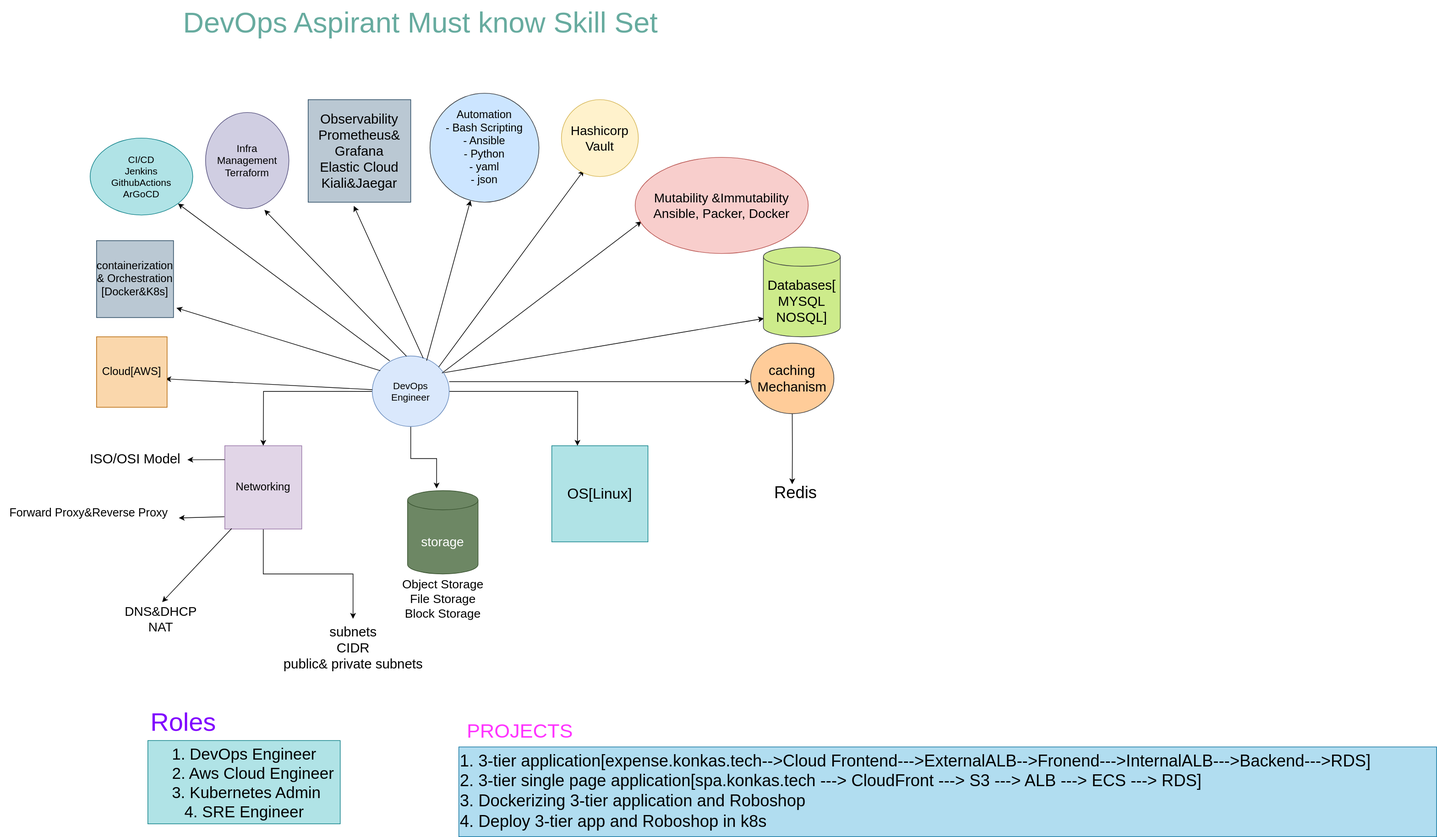
The draw.io diagram devops-requirments.drawio.svg in ullagallu123/svg, before a commit. Source tidied: cells renumbered, new cells last; positions are measured from the earlier drawing's top-left corner, leaving out a move shared by most shapes.
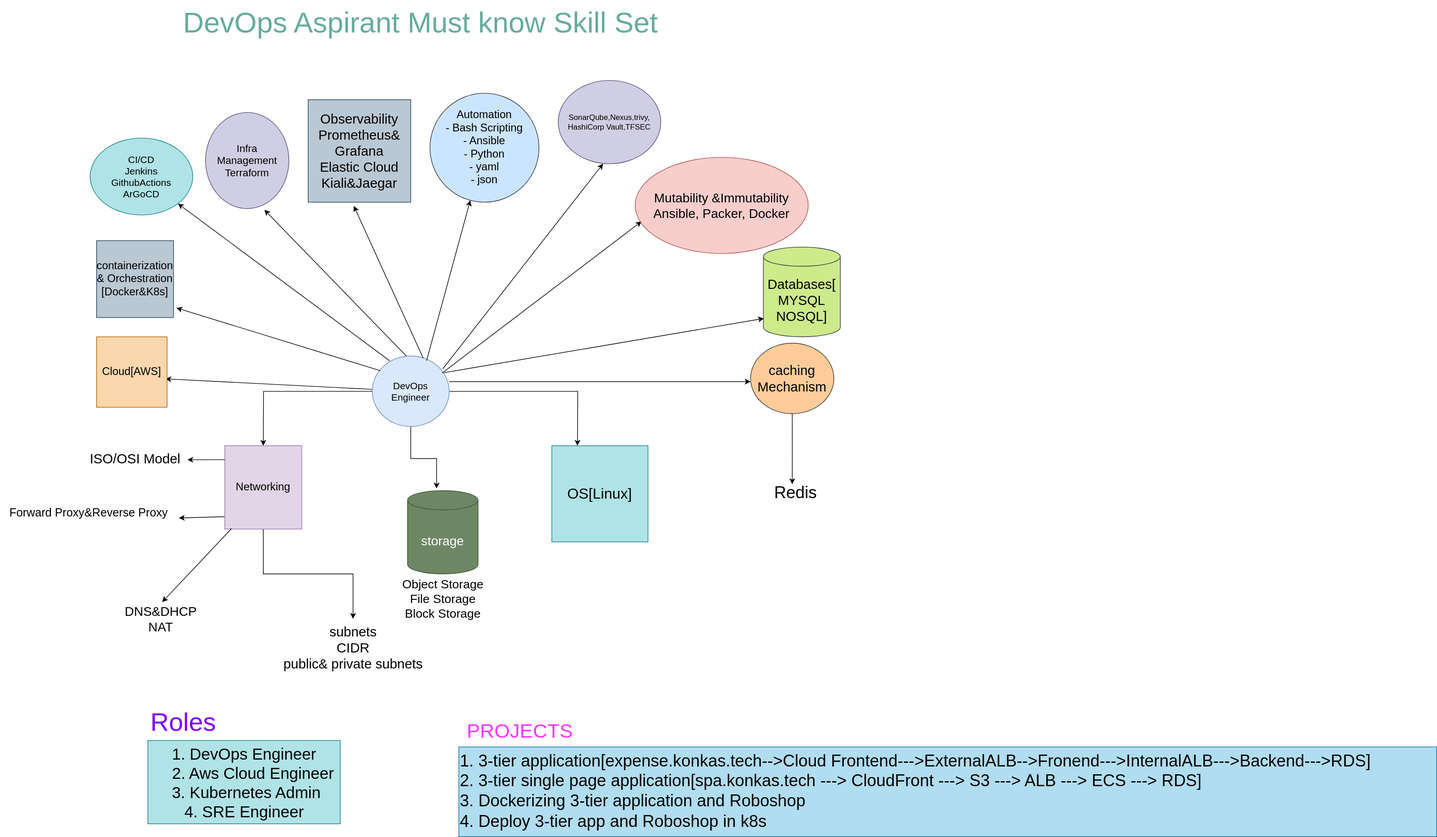
Above is the later version.

What changed in the source:
```diff
@@ -123,14 +123,6 @@
     <mxCell id="37" value="&lt;font style=&quot;font-size: 20px;&quot;&gt;Mutability &amp;amp;Immutability&lt;/font&gt;&lt;div&gt;&lt;font style=&quot;font-size: 20px;&quot;&gt;Ansible, Packer, Docker&lt;/font&gt;&lt;/div&gt;" style="ellipse;whiteSpace=wrap;html=1;fillColor=#f8cecc;strokeColor=#b85450;" parent="1" vertex="1">
       <mxGeometry x="990" y="245" width="270" height="150" as="geometry" />
     </mxCell>
-    <mxCell id="38" style="endArrow=classic;html=1;rounded=0;exitX=1;exitY=0;exitDx=0;exitDy=0;fontStyle=1;flowAnimation=0;" parent="1" edge="1" source="5">
-      <mxGeometry relative="1" as="geometry">
-        <mxPoint x="910" y="265" as="targetPoint" />
-      </mxGeometry>
-    </mxCell>
-    <mxCell id="39" value="&lt;font style=&quot;font-size: 20px;&quot;&gt;Hashicorp&lt;/font&gt;&lt;div&gt;&lt;font style=&quot;font-size: 20px;&quot;&gt;Vault&lt;/font&gt;&lt;/div&gt;" style="ellipse;whiteSpace=wrap;html=1;fillColor=#fff2cc;strokeColor=#d6b656;" parent="1" vertex="1">
-      <mxGeometry x="875" y="155" width="120" height="120" as="geometry" />
-    </mxCell>
     <mxCell id="40" value="&lt;font style=&quot;font-size: 26px;&quot;&gt;Redis&lt;/font&gt;" style="text;html=1;align=center;verticalAlign=middle;strokeColor=none;fillColor=none;" parent="1" vertex="1">
       <mxGeometry x="1195" y="748" width="90" height="40" as="geometry" />
     </mxCell>
@@ -146,5 +138,14 @@
     <mxCell id="44" value="1. 3-tier application[expense.konkas.tech--&gt;Cloud Frontend---&gt;ExternalALB--&gt;Fronend---&gt;InternalALB---&gt;Backend---&gt;RDS]&#10;2. 3-tier single page application[spa.konkas.tech ---&gt; CloudFront ---&gt; S3 ---&gt; ALB ---&gt; ECS ---&gt; RDS]&#10;3. Dockerizing 3-tier application and Roboshop&#10;4. Deploy 3-tier app and Roboshop in k8s" style="text;whiteSpace=wrap;fontSize=26;fillColor=#b1ddf0;strokeColor=#10739e;" parent="1" vertex="1">
       <mxGeometry x="715" y="1165" width="1525" height="140" as="geometry" />
     </mxCell>
+    <mxCell id="45" style="endArrow=classic;html=1;rounded=0;fontStyle=1;flowAnimation=0;" parent="1" edge="1">
+      <mxGeometry relative="1" as="geometry">
+        <mxPoint x="690" y="575" as="sourcePoint" />
+        <mxPoint x="940" y="255" as="targetPoint" />
+      </mxGeometry>
+    </mxCell>
+    <mxCell id="46" value="SonarQube,Nexus,trivy,&lt;div&gt;HashiCorp Vault,TFSEC&lt;/div&gt;" style="ellipse;whiteSpace=wrap;html=1;fillColor=#d0cee2;strokeColor=#56517e;" parent="1" vertex="1">
+      <mxGeometry x="870" y="125" width="160" height="130" as="geometry" />
+    </mxCell>
   </root>
 </mxGraphModel>
```
